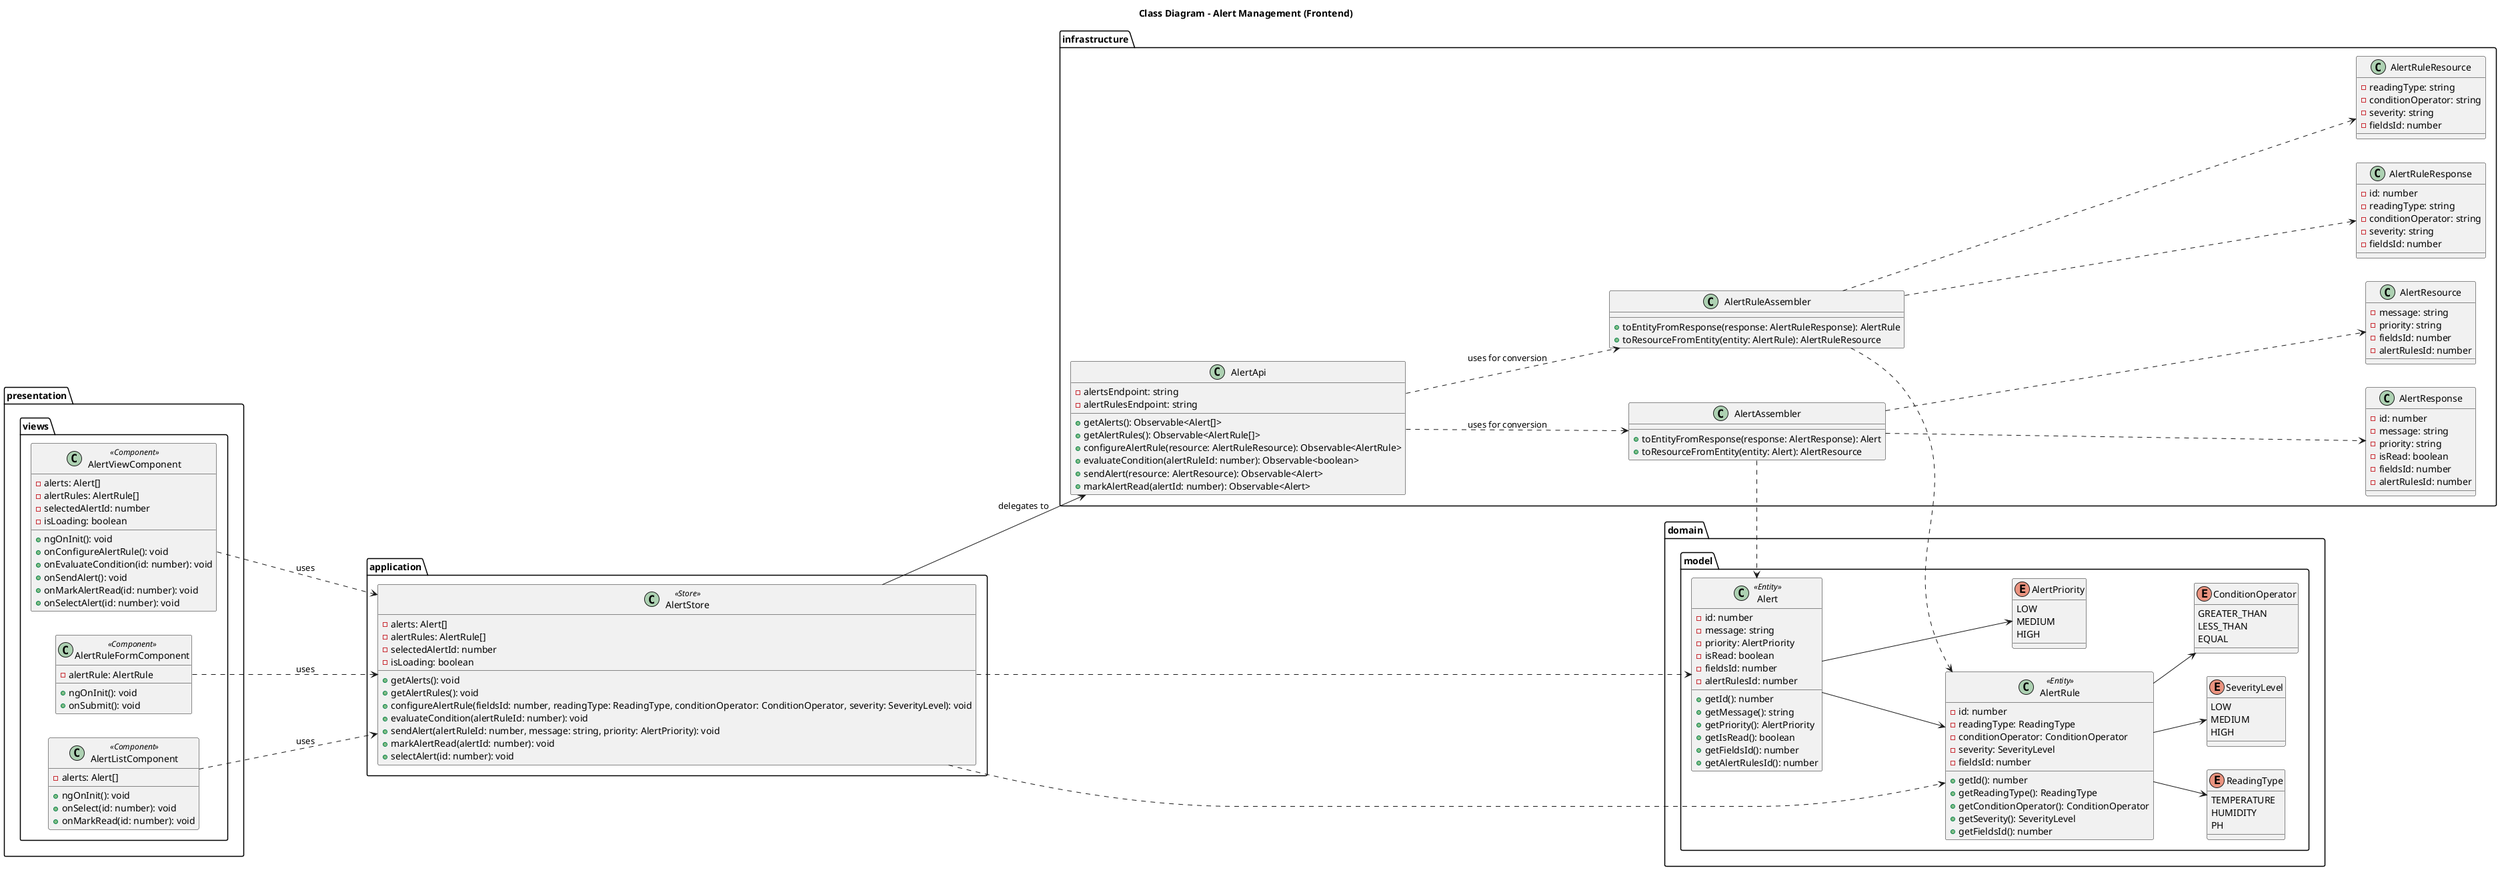
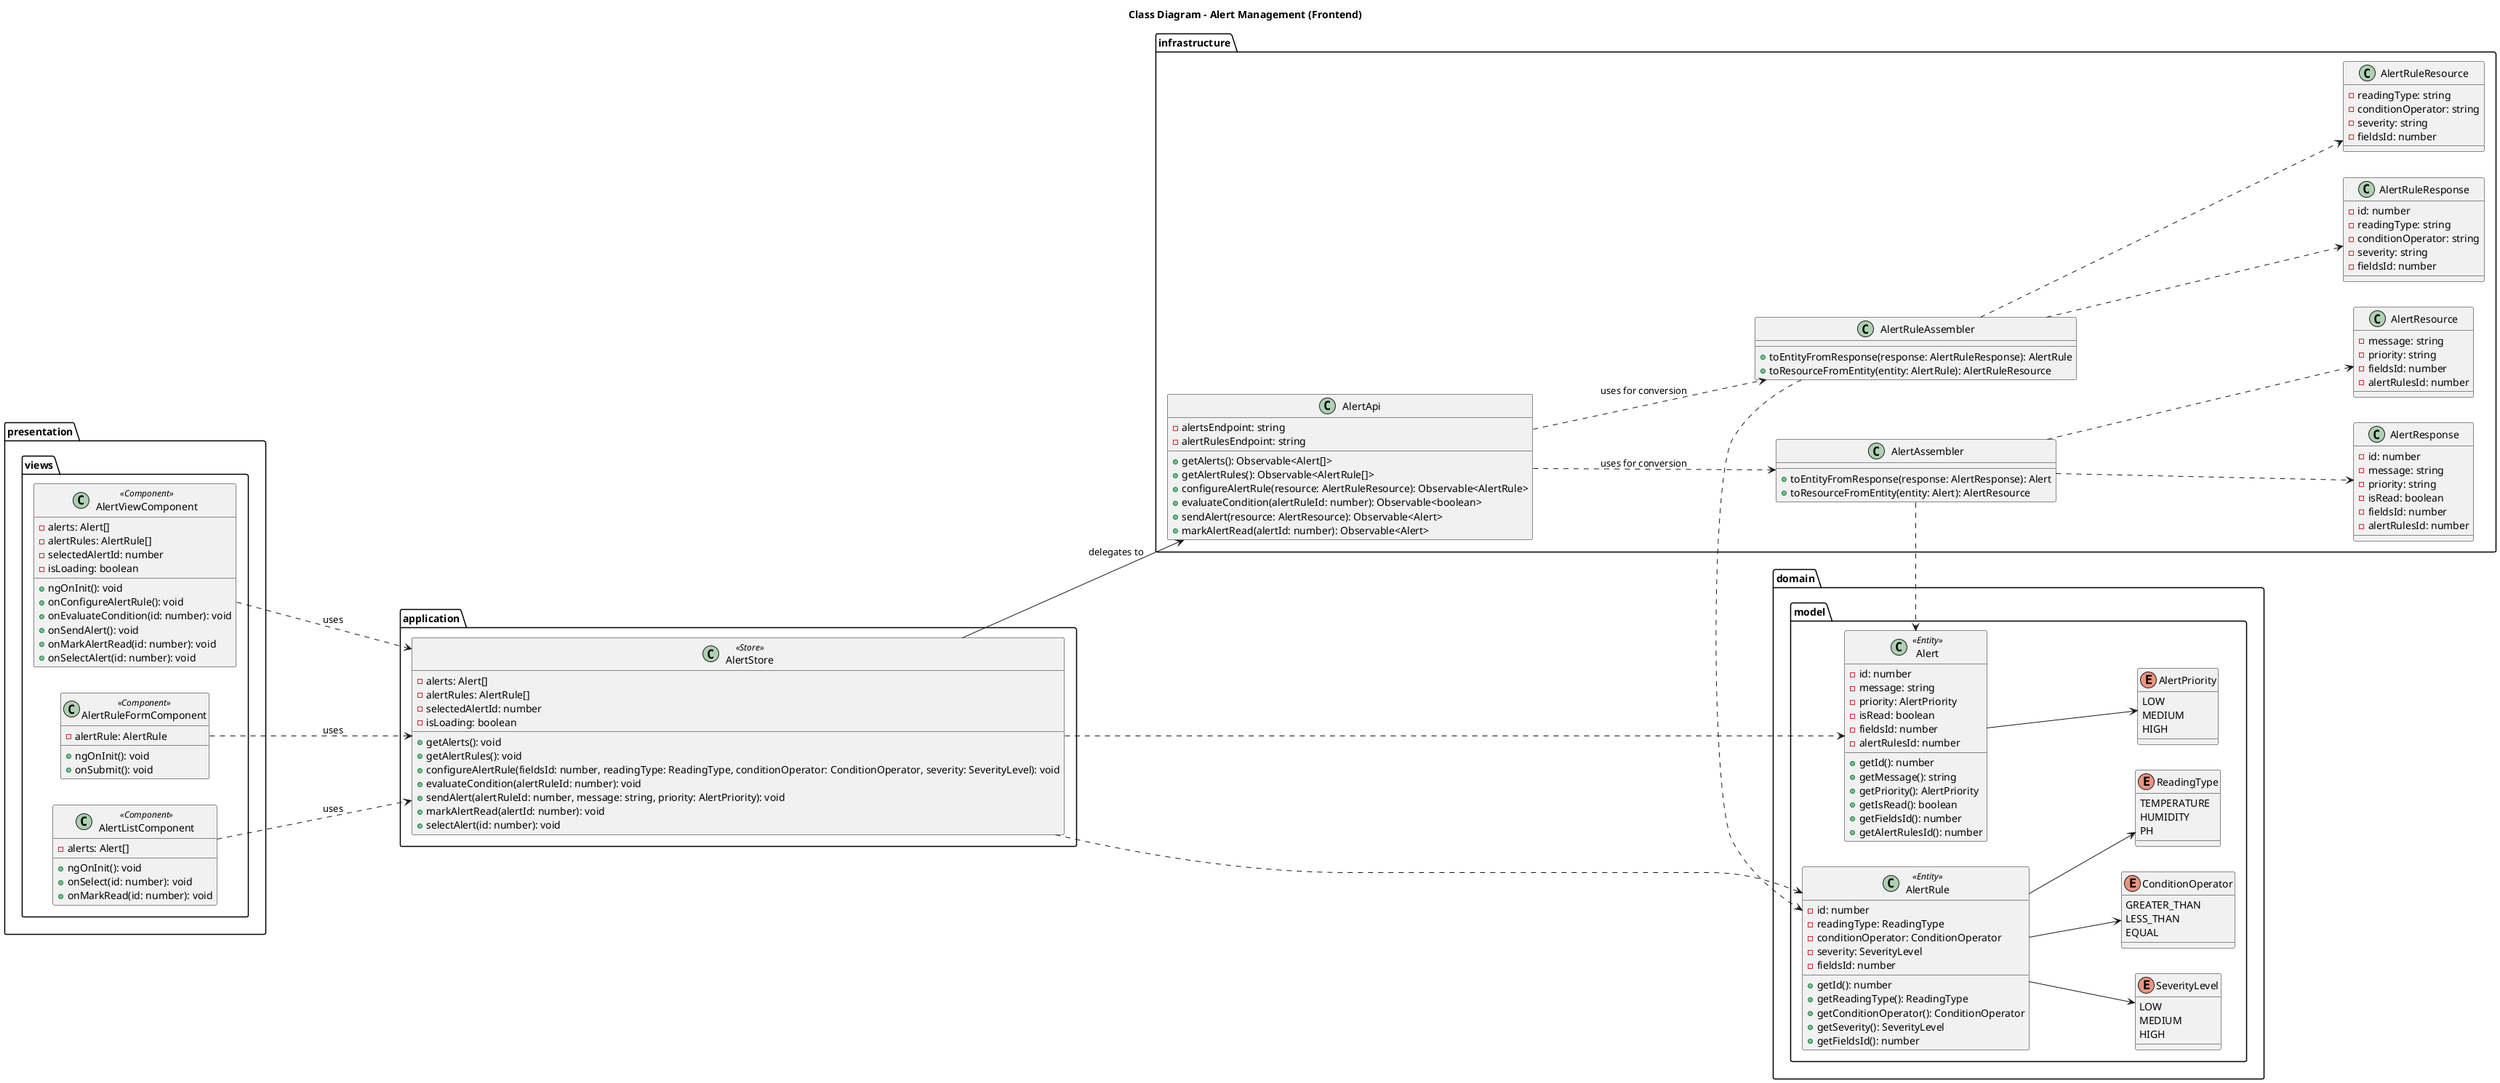
@startuml

left to right direction

title Class Diagram - Alert Management (Frontend)

package "application" {

  class AlertStore <<Store>> {
    -alerts: Alert[]
    -alertRules: AlertRule[]
    -selectedAlertId: number
    -isLoading: boolean

    +getAlerts(): void
    +getAlertRules(): void
    +configureAlertRule(fieldsId: number, readingType: ReadingType, conditionOperator: ConditionOperator, severity: SeverityLevel): void
    +evaluateCondition(alertRuleId: number): void
    +sendAlert(alertRuleId: number, message: string, priority: AlertPriority): void
    +markAlertRead(alertId: number): void
    +selectAlert(id: number): void
  }

}

package "presentation" {

  package "views" {

    class AlertViewComponent <<Component>> {
      -alerts: Alert[]
      -alertRules: AlertRule[]
      -selectedAlertId: number
      -isLoading: boolean

      +ngOnInit(): void
      +onConfigureAlertRule(): void
      +onEvaluateCondition(id: number): void
      +onSendAlert(): void
      +onMarkAlertRead(id: number): void
      +onSelectAlert(id: number): void
    }

    class AlertRuleFormComponent <<Component>> {
      -alertRule: AlertRule

      +ngOnInit(): void
      +onSubmit(): void
    }

    class AlertListComponent <<Component>> {
      -alerts: Alert[]

      +ngOnInit(): void
      +onSelect(id: number): void
      +onMarkRead(id: number): void
    }

  }

}

package "infrastructure" {

  class AlertApi {
    -alertsEndpoint: string
    -alertRulesEndpoint: string

    +getAlerts(): Observable<Alert[]>
    +getAlertRules(): Observable<AlertRule[]>
    +configureAlertRule(resource: AlertRuleResource): Observable<AlertRule>
    +evaluateCondition(alertRuleId: number): Observable<boolean>
    +sendAlert(resource: AlertResource): Observable<Alert>
    +markAlertRead(alertId: number): Observable<Alert>
  }

  class AlertAssembler {
    +toEntityFromResponse(response: AlertResponse): Alert
    +toResourceFromEntity(entity: Alert): AlertResource
  }

  class AlertRuleAssembler {
    +toEntityFromResponse(response: AlertRuleResponse): AlertRule
    +toResourceFromEntity(entity: AlertRule): AlertRuleResource
  }

  class AlertResponse {
    -id: number
    -message: string
    -priority: string
    -isRead: boolean
    -fieldsId: number
    -alertRulesId: number
  }

  class AlertRuleResponse {
    -id: number
    -readingType: string
    -conditionOperator: string
    -severity: string
    -fieldsId: number
  }

  class AlertResource {
    -message: string
    -priority: string
    -fieldsId: number
    -alertRulesId: number
  }

  class AlertRuleResource {
    -readingType: string
    -conditionOperator: string
    -severity: string
    -fieldsId: number
  }

}

package "domain" {

  package "model" {

    class Alert <<Entity>> {
      -id: number
      -message: string
      -priority: AlertPriority
      -isRead: boolean
      -fieldsId: number
      -alertRulesId: number

      +getId(): number
      +getMessage(): string
      +getPriority(): AlertPriority
      +getIsRead(): boolean
      +getFieldsId(): number
      +getAlertRulesId(): number
    }

    class AlertRule <<Entity>> {
      -id: number
      -readingType: ReadingType
      -conditionOperator: ConditionOperator
      -severity: SeverityLevel
      -fieldsId: number

      +getId(): number
      +getReadingType(): ReadingType
      +getConditionOperator(): ConditionOperator
      +getSeverity(): SeverityLevel
      +getFieldsId(): number
    }

    enum AlertPriority {
      LOW
      MEDIUM
      HIGH
    }

    enum SeverityLevel {
      LOW
      MEDIUM
      HIGH
    }

    enum ConditionOperator {
      GREATER_THAN
      LESS_THAN
      EQUAL
    }

    enum ReadingType {
      TEMPERATURE
      HUMIDITY
      PH
    }

  }

}

AlertStore -down-> AlertApi : delegates to

AlertViewComponent ..down..> AlertStore : uses
AlertRuleFormComponent ..down..> AlertStore : uses
AlertListComponent ..down..> AlertStore : uses

AlertApi ..down..> AlertAssembler : uses for conversion
AlertApi ..down..> AlertRuleAssembler : uses for conversion

AlertAssembler ..down..> AlertResponse
AlertAssembler ..down..> AlertResource
AlertAssembler ..right..> Alert

AlertRuleAssembler ..down..> AlertRuleResponse
AlertRuleAssembler ..down..> AlertRuleResource
AlertRuleAssembler ..right..> AlertRule

AlertStore ..right..> Alert
AlertStore ..right..> AlertRule

- Alert --> AlertRule
- 
Alert --> AlertPriority
- 
AlertRule --> ReadingType
AlertRule --> ConditionOperator
AlertRule --> SeverityLevel

@enduml